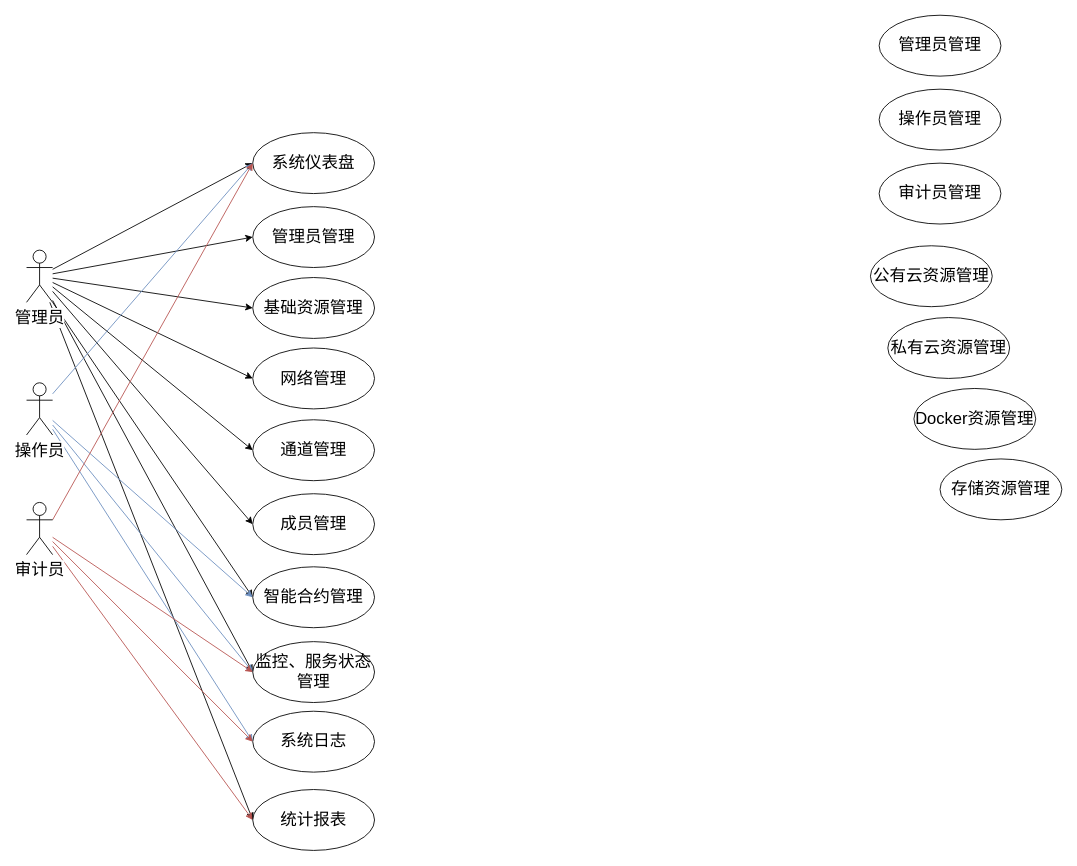
Earlier version of the draw.io diagram repository/drawio/postb/未命名表单.drawio (dilide/collections). Source tidied: cells renumbered, new cells numbered last; positions are measured from the earlier drawing's top-left corner, leaving out a move shared by most shapes. Both pictures are drawn from the tidied source at 87%, with x=0, y=0 at pixel (26, 15).
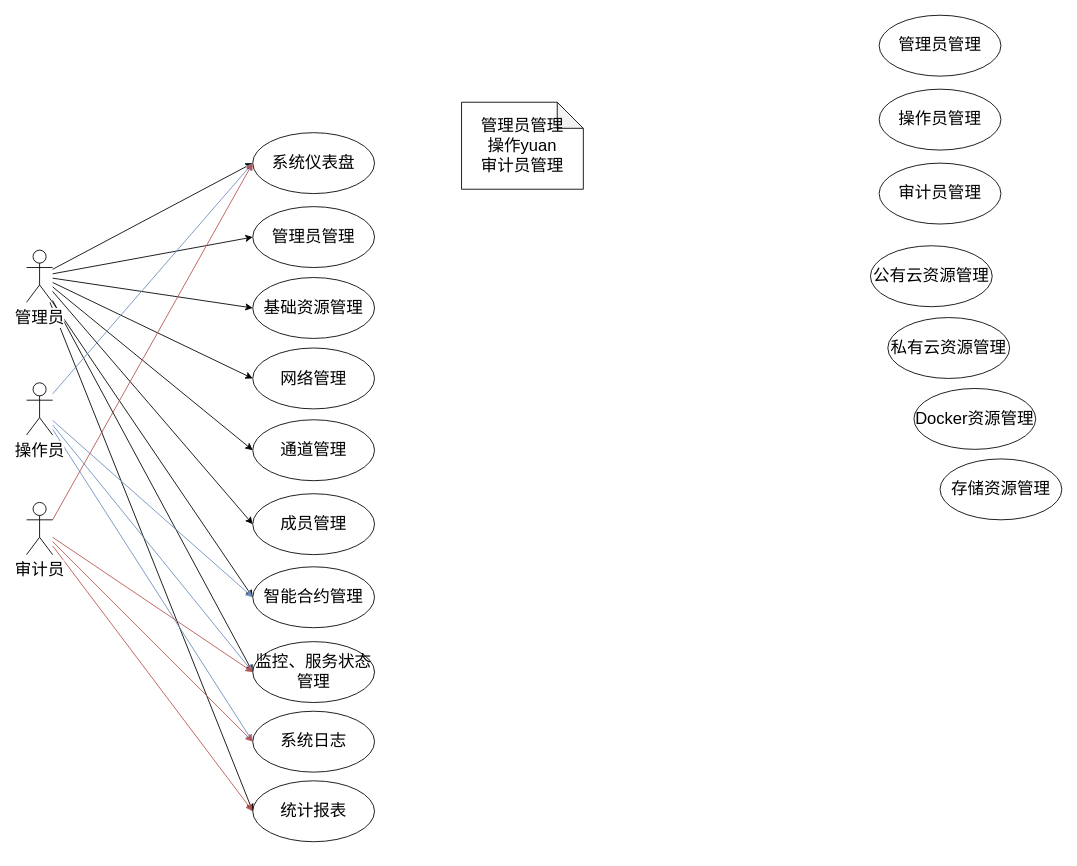
After the change.

Commit message:
system use case.drawio

The edit, as a diff of the source:
```diff
@@
     <mxCell id="38" value="统计报表" style="ellipse;whiteSpace=wrap;html=1;fontSize=19;" parent="1" vertex="1">
-      <mxGeometry x="260" y="890" width="140" height="70" as="geometry" />
+      <mxGeometry x="260" y="880" width="140" height="70" as="geometry" />
     </mxCell>
+    <mxCell id="39" value="管理员管理&lt;br&gt;操作yuan&lt;br&gt;审计员管理&lt;br&gt;" style="shape=note;whiteSpace=wrap;html=1;backgroundOutline=1;darkOpacity=0.05;fontSize=19;" parent="1" vertex="1">
+      <mxGeometry x="500" y="100" width="140" height="100" as="geometry" />
+    </mxCell>
```
